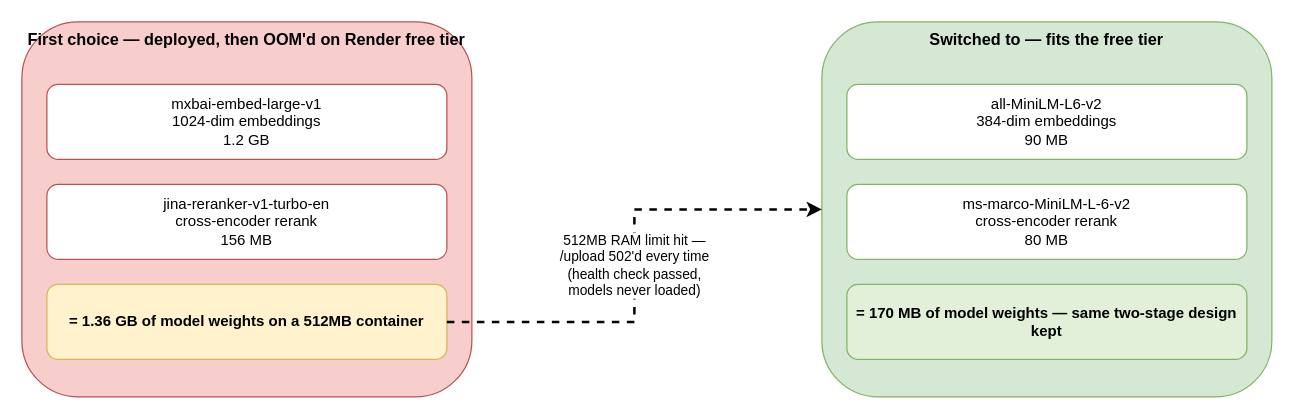
Above: page "Model Switch (Before vs After)" (2 of 2) of docs/architecture.drawio in dev-eloper-365/ultradoc-ai (draw.io), before the change. Source tidied: cells renumbered, new cells numbered last; positions are measured from the earlier drawing's top-left corner, leaving out a move shared by most shapes. Both pictures are drawn from the tidied source at 125%, with x=0, y=0 at pixel (21, 21).
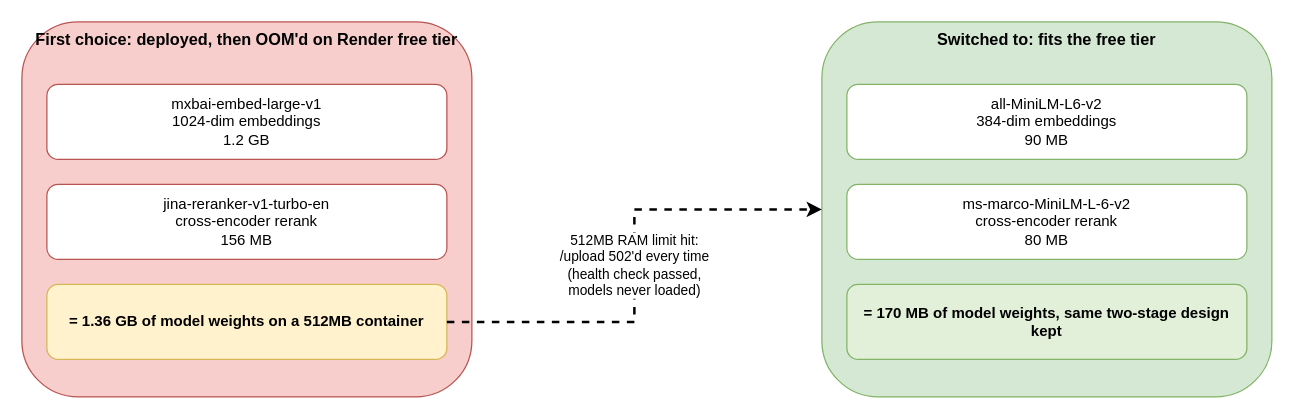
The same page after the edit.

Diff of the diagram source:
```diff
@@
 <mxGraphModel>
   <root>
     <mxCell id="0" />
     <mxCell id="1" parent="0" />
-    <mxCell id="2" value="First choice — deployed, then OOM'd on Render free tier" style="rounded=1;whiteSpace=wrap;html=1;verticalAlign=top;fillColor=#f8cecc;strokeColor=#b85450;fontSize=13;fontStyle=1;" parent="1" vertex="1">
+    <mxCell id="2" value="First choice: deployed, then OOM'd on Render free tier" style="rounded=1;whiteSpace=wrap;html=1;verticalAlign=top;fillColor=#f8cecc;strokeColor=#b85450;fontSize=13;fontStyle=1;" parent="1" vertex="1">
       <mxGeometry width="360" height="300" as="geometry" />
     </mxCell>
     <mxCell id="3" value="mxbai-embed-large-v1&#10;1024-dim embeddings&#10;1.2 GB" style="rounded=1;whiteSpace=wrap;html=1;fillColor=#ffffff;strokeColor=#b85450;fontSize=12;" parent="1" vertex="1">
       <mxGeometry x="20" y="50" width="320" height="60" as="geometry" />
     </mxCell>
     <mxCell id="4" value="jina-reranker-v1-turbo-en&#10;cross-encoder rerank&#10;156 MB" style="rounded=1;whiteSpace=wrap;html=1;fillColor=#ffffff;strokeColor=#b85450;fontSize=12;" parent="1" vertex="1">
       <mxGeometry x="20" y="130" width="320" height="60" as="geometry" />
     </mxCell>
     <mxCell id="5" value="= 1.36 GB of model weights on a 512MB container" style="rounded=1;whiteSpace=wrap;html=1;fillColor=#fff2cc;strokeColor=#d6b656;fontSize=12;fontStyle=1;" parent="1" vertex="1">
       <mxGeometry x="20" y="210" width="320" height="60" as="geometry" />
     </mxCell>
-    <mxCell id="6" value="Switched to — fits the free tier" style="rounded=1;whiteSpace=wrap;html=1;verticalAlign=top;fillColor=#d5e8d4;strokeColor=#82b366;fontSize=13;fontStyle=1;" parent="1" vertex="1">
+    <mxCell id="6" value="Switched to: fits the free tier" style="rounded=1;whiteSpace=wrap;html=1;verticalAlign=top;fillColor=#d5e8d4;strokeColor=#82b366;fontSize=13;fontStyle=1;" parent="1" vertex="1">
       <mxGeometry x="640" width="360" height="300" as="geometry" />
     </mxCell>
     <mxCell id="7" value="all-MiniLM-L6-v2&#10;384-dim embeddings&#10;90 MB" style="rounded=1;whiteSpace=wrap;html=1;fillColor=#ffffff;strokeColor=#82b366;fontSize=12;" parent="1" vertex="1">
       <mxGeometry x="660" y="50" width="320" height="60" as="geometry" />
     </mxCell>
     <mxCell id="8" value="ms-marco-MiniLM-L-6-v2&#10;cross-encoder rerank&#10;80 MB" style="rounded=1;whiteSpace=wrap;html=1;fillColor=#ffffff;strokeColor=#82b366;fontSize=12;" parent="1" vertex="1">
       <mxGeometry x="660" y="130" width="320" height="60" as="geometry" />
     </mxCell>
-    <mxCell id="9" value="= 170 MB of model weights — same two-stage design kept" style="rounded=1;whiteSpace=wrap;html=1;fillColor=#e2f0d9;strokeColor=#82b366;fontSize=12;fontStyle=1;" parent="1" vertex="1">
+    <mxCell id="9" value="= 170 MB of model weights, same two-stage design kept" style="rounded=1;whiteSpace=wrap;html=1;fillColor=#e2f0d9;strokeColor=#82b366;fontSize=12;fontStyle=1;" parent="1" vertex="1">
       <mxGeometry x="660" y="210" width="320" height="60" as="geometry" />
     </mxCell>
-    <mxCell id="10" value="512MB RAM limit hit —&#10;/upload 502'd every time&#10;(health check passed,&#10;models never loaded)" style="edgeStyle=orthogonalEdgeStyle;rounded=0;html=1;fontSize=11;strokeWidth=2;dashed=1;" parent="1" edge="1" source="5" target="6">
+    <mxCell id="10" value="512MB RAM limit hit:&#10;/upload 502'd every time&#10;(health check passed,&#10;models never loaded)" style="edgeStyle=orthogonalEdgeStyle;rounded=0;html=1;fontSize=11;strokeWidth=2;dashed=1;" parent="1" edge="1" source="5" target="6">
       <mxGeometry relative="1" as="geometry" />
     </mxCell>
   </root>
 </mxGraphModel>
```
